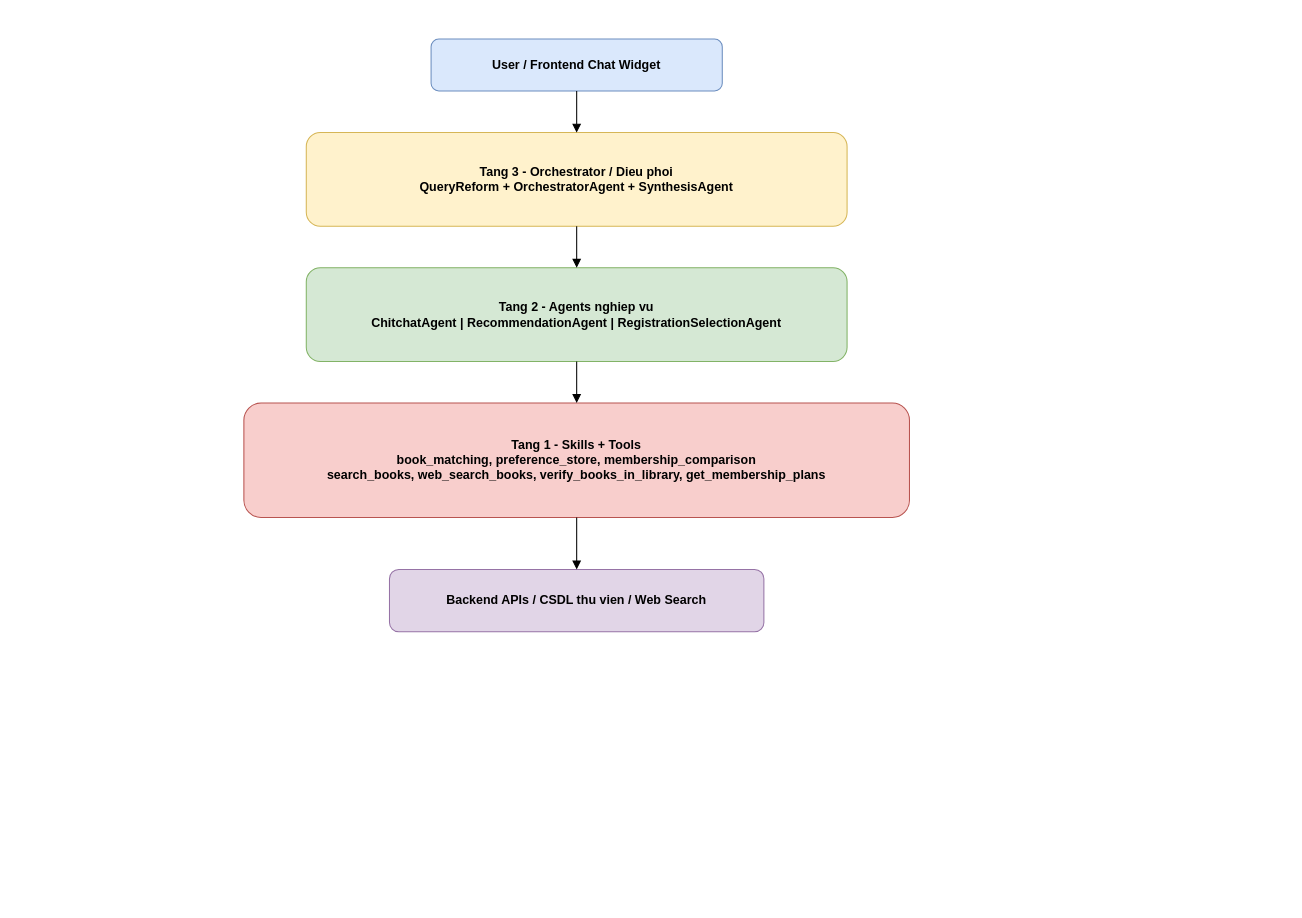
Phatjhhoq8/B2306569-NguyenTienPhat-BTLon keeps this draw.io diagram as agent/documment/Multi_Agent_Architecture_3_Layers.drawio. Above is the earlier version. Source tidied: cells renumbered, new cells numbered last; positions are measured from the earlier drawing's top-left corner, leaving out a move shared by most shapes. Both pictures are drawn from the tidied source at 104%, with x=0, y=0 at pixel (243, 38).
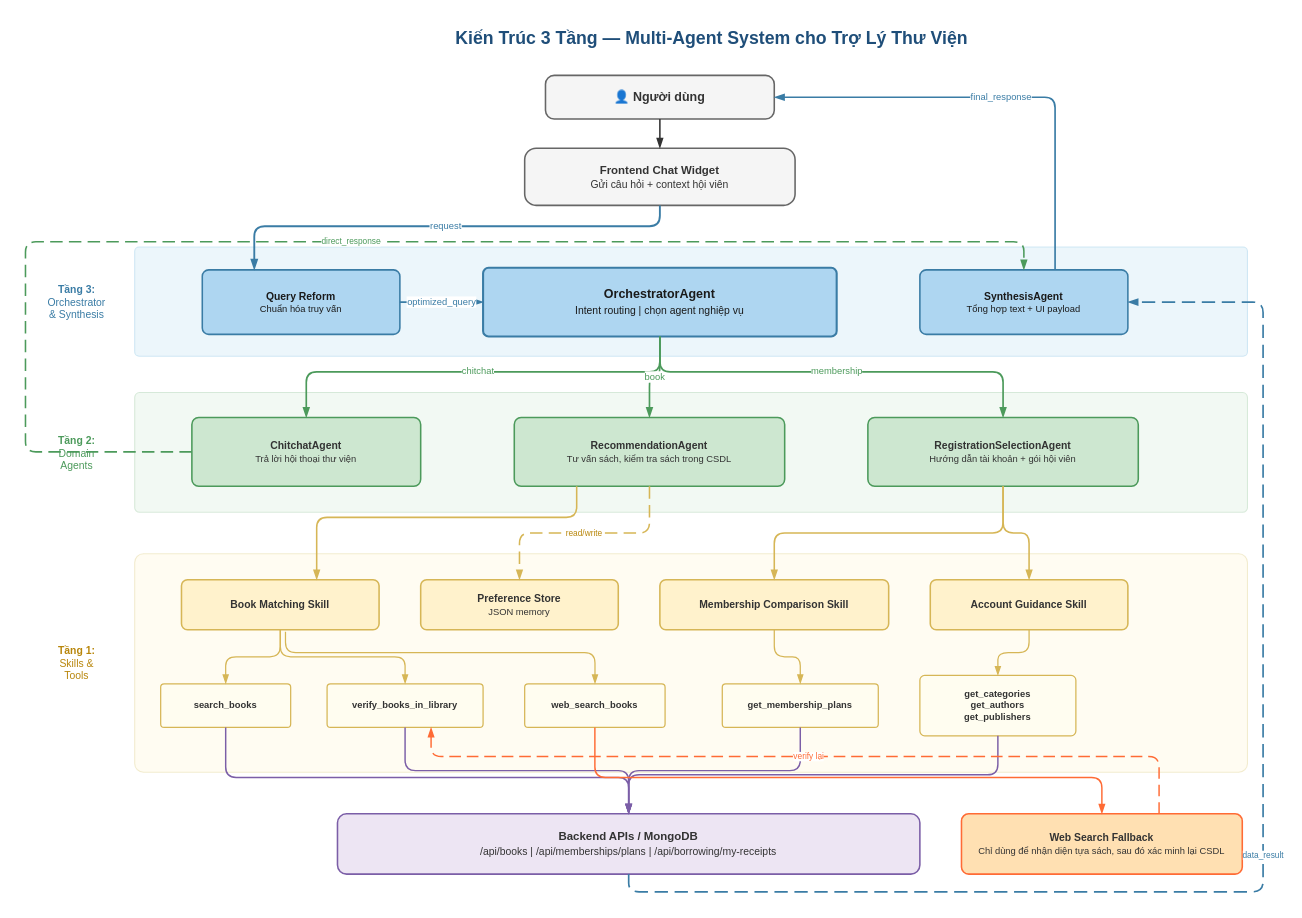
Above is the later version.

Diff of the diagram source:
```diff
@@
-    <mxCell id="2" value="User / Frontend Chat Widget" style="rounded=1;whiteSpace=wrap;html=1;fillColor=#dae8fc;strokeColor=#6c8ebf;fontStyle=1;" parent="1" vertex="1">
-      <mxGeometry x="180" width="280" height="50" as="geometry" />
-    </mxCell>
-    <mxCell id="3" value="Tang 3 - Orchestrator / Dieu phoi&#10;QueryReform + OrchestratorAgent + SynthesisAgent" style="rounded=1;whiteSpace=wrap;html=1;fillColor=#fff2cc;strokeColor=#d6b656;fontStyle=1;" parent="1" vertex="1">
-      <mxGeometry x="60" y="90" width="520" height="90" as="geometry" />
-    </mxCell>
-    <mxCell id="4" value="Tang 2 - Agents nghiep vu&#10;ChitchatAgent | RecommendationAgent | RegistrationSelectionAgent" style="rounded=1;whiteSpace=wrap;html=1;fillColor=#d5e8d4;strokeColor=#82b366;fontStyle=1;" parent="1" vertex="1">
-      <mxGeometry x="60" y="220" width="520" height="90" as="geometry" />
-    </mxCell>
-    <mxCell id="5" value="Tang 1 - Skills + Tools&#10;book_matching, preference_store, membership_comparison&#10;search_books, web_search_books, verify_books_in_library, get_membership_plans" style="rounded=1;whiteSpace=wrap;html=1;fillColor=#f8cecc;strokeColor=#b85450;fontStyle=1;" parent="1" vertex="1">
-      <mxGeometry y="350" width="640" height="110" as="geometry" />
-    </mxCell>
-    <mxCell id="6" value="Backend APIs / CSDL thu vien / Web Search" style="rounded=1;whiteSpace=wrap;html=1;fillColor=#e1d5e7;strokeColor=#9673a6;fontStyle=1;" parent="1" vertex="1">
-      <mxGeometry x="140" y="510" width="360" height="60" as="geometry" />
-    </mxCell>
-    <mxCell id="7" style="endArrow=block;html=1;rounded=0;" parent="1" edge="1" source="2" target="3">
-      <mxGeometry relative="1" as="geometry" />
-    </mxCell>
-    <mxCell id="8" style="endArrow=block;html=1;rounded=0;" parent="1" edge="1" source="3" target="4">
-      <mxGeometry relative="1" as="geometry" />
-    </mxCell>
-    <mxCell id="9" style="endArrow=block;html=1;rounded=0;" parent="1" edge="1" source="4" target="5">
-      <mxGeometry relative="1" as="geometry" />
-    </mxCell>
-    <mxCell id="10" style="endArrow=block;html=1;rounded=0;" parent="1" edge="1" source="5" target="6">
-      <mxGeometry relative="1" as="geometry" />
-    </mxCell>
+    <mxCell id="11" value="Kiến Trúc 3 Tầng — Multi-Agent System cho Trợ Lý Thư Viện" style="text;html=1;fontSize=17;fontStyle=1;fontColor=#1F4E79;align=center;verticalAlign=middle;whiteSpace=wrap;" parent="1" vertex="1">
+      <mxGeometry y="-20" width="900" height="40" as="geometry" />
+    </mxCell>
+    <mxCell id="12" value="👤 Người dùng" style="rounded=1;whiteSpace=wrap;html=1;fillColor=#F5F5F5;strokeColor=#666666;fontSize=12;fontStyle=1;fontColor=#333333;arcSize=20;strokeWidth=1.5;" parent="1" vertex="1">
+      <mxGeometry x="290" y="35" width="220" height="42" as="geometry" />
+    </mxCell>
+    <mxCell id="13" value="Frontend Chat Widget&lt;br&gt;&lt;font style=&quot;font-weight:normal;font-size:10px;&quot;&gt;Gửi câu hỏi + context hội viên&lt;/font&gt;" style="rounded=1;whiteSpace=wrap;html=1;fillColor=#F5F5F5;strokeColor=#666666;fontSize=11;fontStyle=1;fontColor=#333333;arcSize=20;strokeWidth=1.5;" parent="1" vertex="1">
+      <mxGeometry x="270" y="105" width="260" height="55" as="geometry" />
+    </mxCell>
+    <mxCell id="14" style="rounded=1;whiteSpace=wrap;html=1;fillColor=#DAEEF8;strokeColor=#A8D4EB;strokeWidth=1;arcSize=4;opacity=50;" parent="1" vertex="1">
+      <mxGeometry x="-105" y="200" width="1070" height="105" as="geometry" />
+    </mxCell>
+    <mxCell id="15" value="&lt;b&gt;Tầng 3:&lt;/b&gt;&lt;br&gt;Orchestrator&lt;br&gt;&amp; Synthesis" style="text;html=1;fontSize=10;fontColor=#3A7CA5;align=center;verticalAlign=middle;whiteSpace=wrap;" parent="1" vertex="1">
+      <mxGeometry x="-208" y="200" width="95" height="105" as="geometry" />
+    </mxCell>
+    <mxCell id="16" value="Query Reform&lt;br&gt;&lt;font style=&quot;font-weight:normal;font-size:9px;&quot;&gt;Chuẩn hóa truy vấn&lt;/font&gt;" style="rounded=1;whiteSpace=wrap;html=1;fillColor=#AED6F1;strokeColor=#3A7CA5;fontSize=10;fontStyle=1;fontColor=#1a1a1a;arcSize=10;strokeWidth=1.5;" parent="1" vertex="1">
+      <mxGeometry x="-40" y="222" width="190" height="62" as="geometry" />
+    </mxCell>
+    <mxCell id="17" value="OrchestratorAgent&lt;br&gt;&lt;font style=&quot;font-weight:normal;font-size:10px;&quot;&gt;Intent routing | chọn agent nghiệp vụ&lt;/font&gt;" style="rounded=1;whiteSpace=wrap;html=1;fillColor=#AED6F1;strokeColor=#3A7CA5;fontSize=12;fontStyle=1;fontColor=#1a1a1a;arcSize=8;strokeWidth=2;" parent="1" vertex="1">
+      <mxGeometry x="230" y="220" width="340" height="66" as="geometry" />
+    </mxCell>
+    <mxCell id="18" value="SynthesisAgent&lt;br&gt;&lt;font style=&quot;font-weight:normal;font-size:9px;&quot;&gt;Tổng hợp text + UI payload&lt;/font&gt;" style="rounded=1;whiteSpace=wrap;html=1;fillColor=#AED6F1;strokeColor=#3A7CA5;fontSize=10;fontStyle=1;fontColor=#1a1a1a;arcSize=10;strokeWidth=1.5;" parent="1" vertex="1">
+      <mxGeometry x="650" y="222" width="200" height="62" as="geometry" />
+    </mxCell>
+    <mxCell id="19" style="rounded=1;whiteSpace=wrap;html=1;fillColor=#E5F4E7;strokeColor=#B5D8BA;strokeWidth=1;arcSize=4;opacity=50;" parent="1" vertex="1">
+      <mxGeometry x="-105" y="340" width="1070" height="115" as="geometry" />
+    </mxCell>
+    <mxCell id="20" value="&lt;b&gt;Tầng 2:&lt;/b&gt;&lt;br&gt;Domain&lt;br&gt;Agents" style="text;html=1;fontSize=10;fontColor=#4C9A5B;align=center;verticalAlign=middle;whiteSpace=wrap;" parent="1" vertex="1">
+      <mxGeometry x="-208" y="340" width="95" height="115" as="geometry" />
+    </mxCell>
+    <mxCell id="21" value="ChitchatAgent&lt;br&gt;&lt;font style=&quot;font-weight:normal;font-size:9px;&quot;&gt;Trả lời hội thoại thư viện&lt;/font&gt;" style="rounded=1;whiteSpace=wrap;html=1;fillColor=#CDE7D0;strokeColor=#4C9A5B;fontSize=10;fontStyle=1;fontColor=#333333;arcSize=10;strokeWidth=1.5;" parent="1" vertex="1">
+      <mxGeometry x="-50" y="364" width="220" height="66" as="geometry" />
+    </mxCell>
+    <mxCell id="22" value="RecommendationAgent&lt;br&gt;&lt;font style=&quot;font-weight:normal;font-size:9px;&quot;&gt;Tư vấn sách, kiểm tra sách trong CSDL&lt;/font&gt;" style="rounded=1;whiteSpace=wrap;html=1;fillColor=#CDE7D0;strokeColor=#4C9A5B;fontSize=10;fontStyle=1;fontColor=#333333;arcSize=10;strokeWidth=1.5;" parent="1" vertex="1">
+      <mxGeometry x="260" y="364" width="260" height="66" as="geometry" />
+    </mxCell>
+    <mxCell id="23" value="RegistrationSelectionAgent&lt;br&gt;&lt;font style=&quot;font-weight:normal;font-size:9px;&quot;&gt;Hướng dẫn tài khoản + gói hội viên&lt;/font&gt;" style="rounded=1;whiteSpace=wrap;html=1;fillColor=#CDE7D0;strokeColor=#4C9A5B;fontSize=10;fontStyle=1;fontColor=#333333;arcSize=10;strokeWidth=1.5;" parent="1" vertex="1">
+      <mxGeometry x="600" y="364" width="260" height="66" as="geometry" />
+    </mxCell>
+    <mxCell id="24" style="rounded=1;whiteSpace=wrap;html=1;fillColor=#FFF9E6;strokeColor=#E6D9A3;strokeWidth=1;arcSize=4;opacity=50;" parent="1" vertex="1">
+      <mxGeometry x="-105" y="495" width="1070" height="210" as="geometry" />
+    </mxCell>
+    <mxCell id="25" value="&lt;b&gt;Tầng 1:&lt;/b&gt;&lt;br&gt;Skills &amp;&lt;br&gt;Tools" style="text;html=1;fontSize=10;fontColor=#B8860B;align=center;verticalAlign=middle;whiteSpace=wrap;" parent="1" vertex="1">
+      <mxGeometry x="-208" y="495" width="95" height="210" as="geometry" />
+    </mxCell>
+    <mxCell id="26" value="Book Matching Skill" style="rounded=1;whiteSpace=wrap;html=1;fillColor=#FFF2CC;strokeColor=#D6B656;fontSize=10;fontStyle=1;fontColor=#333333;arcSize=12;strokeWidth=1.5;" parent="1" vertex="1">
+      <mxGeometry x="-60" y="520" width="190" height="48" as="geometry" />
+    </mxCell>
+    <mxCell id="27" value="Preference Store&lt;br&gt;&lt;font style=&quot;font-weight:normal;font-size:9px;&quot;&gt;JSON memory&lt;/font&gt;" style="rounded=1;whiteSpace=wrap;html=1;fillColor=#FFF2CC;strokeColor=#D6B656;fontSize=10;fontStyle=1;fontColor=#333333;arcSize=12;strokeWidth=1.5;" parent="1" vertex="1">
+      <mxGeometry x="170" y="520" width="190" height="48" as="geometry" />
+    </mxCell>
+    <mxCell id="28" value="Membership Comparison Skill" style="rounded=1;whiteSpace=wrap;html=1;fillColor=#FFF2CC;strokeColor=#D6B656;fontSize=10;fontStyle=1;fontColor=#333333;arcSize=12;strokeWidth=1.5;" parent="1" vertex="1">
+      <mxGeometry x="400" y="520" width="220" height="48" as="geometry" />
+    </mxCell>
+    <mxCell id="29" value="Account Guidance Skill" style="rounded=1;whiteSpace=wrap;html=1;fillColor=#FFF2CC;strokeColor=#D6B656;fontSize=10;fontStyle=1;fontColor=#333333;arcSize=12;strokeWidth=1.5;" parent="1" vertex="1">
+      <mxGeometry x="660" y="520" width="190" height="48" as="geometry" />
+    </mxCell>
+    <mxCell id="30" value="search_books" style="rounded=1;whiteSpace=wrap;html=1;fillColor=#FFFDF0;strokeColor=#D6B656;fontSize=9;fontStyle=1;fontColor=#333333;arcSize=8;strokeWidth=1.2;" parent="1" vertex="1">
+      <mxGeometry x="-80" y="620" width="125" height="42" as="geometry" />
+    </mxCell>
+    <mxCell id="31" value="verify_books_in_library" style="rounded=1;whiteSpace=wrap;html=1;fillColor=#FFFDF0;strokeColor=#D6B656;fontSize=9;fontStyle=1;fontColor=#333333;arcSize=8;strokeWidth=1.2;" parent="1" vertex="1">
+      <mxGeometry x="80" y="620" width="150" height="42" as="geometry" />
+    </mxCell>
+    <mxCell id="32" value="web_search_books" style="rounded=1;whiteSpace=wrap;html=1;fillColor=#FFFDF0;strokeColor=#D6B656;fontSize=9;fontStyle=1;fontColor=#333333;arcSize=8;strokeWidth=1.2;" parent="1" vertex="1">
+      <mxGeometry x="270" y="620" width="135" height="42" as="geometry" />
+    </mxCell>
+    <mxCell id="33" value="get_membership_plans" style="rounded=1;whiteSpace=wrap;html=1;fillColor=#FFFDF0;strokeColor=#D6B656;fontSize=9;fontStyle=1;fontColor=#333333;arcSize=8;strokeWidth=1.2;" parent="1" vertex="1">
+      <mxGeometry x="460" y="620" width="150" height="42" as="geometry" />
+    </mxCell>
+    <mxCell id="34" value="get_categories&lt;br&gt;get_authors&lt;br&gt;get_publishers" style="rounded=1;whiteSpace=wrap;html=1;fillColor=#FFFDF0;strokeColor=#D6B656;fontSize=9;fontStyle=1;fontColor=#333333;arcSize=8;strokeWidth=1.2;" parent="1" vertex="1">
+      <mxGeometry x="650" y="612" width="150" height="58" as="geometry" />
+    </mxCell>
+    <mxCell id="35" value="Backend APIs / MongoDB&lt;br&gt;&lt;font style=&quot;font-weight:normal;font-size:10px;&quot;&gt;/api/books | /api/memberships/plans | /api/borrowing/my-receipts&lt;/font&gt;" style="rounded=1;whiteSpace=wrap;html=1;fillColor=#EDE5F3;strokeColor=#7B5EA7;fontSize=11;fontStyle=1;fontColor=#333333;arcSize=15;strokeWidth=1.5;" parent="1" vertex="1">
+      <mxGeometry x="90" y="745" width="560" height="58" as="geometry" />
+    </mxCell>
+    <mxCell id="36" value="Web Search Fallback&lt;br&gt;&lt;font style=&quot;font-weight:normal;font-size:9px;&quot;&gt;Chỉ dùng để nhận diện tựa sách, sau đó xác minh lại CSDL&lt;/font&gt;" style="rounded=1;whiteSpace=wrap;html=1;fillColor=#FFE0B2;strokeColor=#FF6B35;fontSize=10;fontStyle=1;fontColor=#333333;arcSize=12;strokeWidth=1.5;" parent="1" vertex="1">
+      <mxGeometry x="690" y="745" width="270" height="58" as="geometry" />
+    </mxCell>
+    <mxCell id="37" style="edgeStyle=orthogonalEdgeStyle;rounded=1;html=1;strokeColor=#333333;strokeWidth=1.5;endArrow=blockThin;endFill=1;" parent="1" edge="1" source="12" target="13">
+      <mxGeometry relative="1" as="geometry" />
+    </mxCell>
+    <mxCell id="38" value="request" style="edgeStyle=orthogonalEdgeStyle;rounded=1;html=1;strokeColor=#3A7CA5;strokeWidth=1.8;endArrow=blockThin;endFill=1;fontSize=9;fontColor=#3A7CA5;" parent="1" edge="1" source="13" target="16">
+      <mxGeometry relative="1" as="geometry">
+        <Array as="points">
+          <mxPoint x="400" y="180" />
+          <mxPoint x="10" y="180" />
+        </Array>
+      </mxGeometry>
+    </mxCell>
+    <mxCell id="39" value="optimized_query" style="edgeStyle=orthogonalEdgeStyle;rounded=0;html=1;strokeColor=#3A7CA5;strokeWidth=1.8;endArrow=blockThin;endFill=1;fontSize=9;fontColor=#3A7CA5;" parent="1" edge="1" source="16" target="17">
+      <mxGeometry relative="1" as="geometry" />
+    </mxCell>
+    <mxCell id="40" value="chitchat" style="edgeStyle=orthogonalEdgeStyle;rounded=1;html=1;strokeColor=#4C9A5B;strokeWidth=1.6;endArrow=blockThin;endFill=1;fontSize=9;fontColor=#4C9A5B;" parent="1" edge="1" source="17" target="21">
+      <mxGeometry relative="1" as="geometry">
+        <Array as="points">
+          <mxPoint x="400" y="320" />
+          <mxPoint x="60" y="320" />
+        </Array>
+      </mxGeometry>
+    </mxCell>
+    <mxCell id="41" value="book" style="edgeStyle=orthogonalEdgeStyle;rounded=1;html=1;strokeColor=#4C9A5B;strokeWidth=1.6;endArrow=blockThin;endFill=1;fontSize=9;fontColor=#4C9A5B;" parent="1" edge="1" source="17" target="22">
+      <mxGeometry relative="1" as="geometry" />
+    </mxCell>
+    <mxCell id="42" value="membership" style="edgeStyle=orthogonalEdgeStyle;rounded=1;html=1;strokeColor=#4C9A5B;strokeWidth=1.6;endArrow=blockThin;endFill=1;fontSize=9;fontColor=#4C9A5B;" parent="1" edge="1" source="17" target="23">
+      <mxGeometry relative="1" as="geometry">
+        <Array as="points">
+          <mxPoint x="400" y="320" />
+          <mxPoint x="730" y="320" />
+        </Array>
+      </mxGeometry>
+    </mxCell>
+    <mxCell id="43" value="direct_response" style="edgeStyle=orthogonalEdgeStyle;rounded=1;html=1;strokeColor=#4C9A5B;strokeWidth=1.5;endArrow=blockThin;endFill=1;dashed=1;dashPattern=8 4;fontSize=8;fontColor=#4C9A5B;" parent="1" edge="1" source="21" target="18">
+      <mxGeometry relative="1" as="geometry">
+        <Array as="points">
+          <mxPoint x="-210" y="397" />
+          <mxPoint x="-210" y="195" />
+          <mxPoint x="750" y="195" />
+        </Array>
+      </mxGeometry>
+    </mxCell>
+    <mxCell id="44" style="edgeStyle=orthogonalEdgeStyle;rounded=1;html=1;strokeColor=#D6B656;strokeWidth=1.5;endArrow=blockThin;endFill=1;" parent="1" edge="1" source="22" target="26">
+      <mxGeometry relative="1" as="geometry">
+        <Array as="points">
+          <mxPoint x="320" y="460" />
+          <mxPoint x="70" y="460" />
+        </Array>
+      </mxGeometry>
+    </mxCell>
+    <mxCell id="45" value="read/write" style="edgeStyle=orthogonalEdgeStyle;rounded=1;html=1;strokeColor=#D6B656;strokeWidth=1.5;endArrow=blockThin;endFill=1;dashed=1;dashPattern=8 4;fontSize=8;fontColor=#B8860B;" parent="1" edge="1" source="22" target="27">
+      <mxGeometry relative="1" as="geometry" />
+    </mxCell>
+    <mxCell id="46" style="edgeStyle=orthogonalEdgeStyle;rounded=1;html=1;strokeColor=#D6B656;strokeWidth=1.5;endArrow=blockThin;endFill=1;" parent="1" edge="1" source="23" target="28">
+      <mxGeometry relative="1" as="geometry" />
+    </mxCell>
+    <mxCell id="47" style="edgeStyle=orthogonalEdgeStyle;rounded=1;html=1;strokeColor=#D6B656;strokeWidth=1.5;endArrow=blockThin;endFill=1;" parent="1" edge="1" source="23" target="29">
+      <mxGeometry relative="1" as="geometry" />
+    </mxCell>
+    <mxCell id="48" style="edgeStyle=orthogonalEdgeStyle;rounded=1;html=1;strokeColor=#D6B656;strokeWidth=1.2;endArrow=blockThin;endFill=1;" parent="1" edge="1" source="26" target="30">
+      <mxGeometry relative="1" as="geometry" />
+    </mxCell>
+    <mxCell id="49" style="edgeStyle=orthogonalEdgeStyle;rounded=1;html=1;strokeColor=#D6B656;strokeWidth=1.2;endArrow=blockThin;endFill=1;" parent="1" edge="1" source="26" target="31">
+      <mxGeometry relative="1" as="geometry" />
+    </mxCell>
+    <mxCell id="50" style="edgeStyle=orthogonalEdgeStyle;rounded=1;html=1;strokeColor=#D6B656;strokeWidth=1.2;endArrow=blockThin;endFill=1;" parent="1" edge="1" source="28" target="33">
+      <mxGeometry relative="1" as="geometry" />
+    </mxCell>
+    <mxCell id="51" style="edgeStyle=orthogonalEdgeStyle;rounded=1;html=1;strokeColor=#D6B656;strokeWidth=1.2;endArrow=blockThin;endFill=1;" parent="1" edge="1" source="29" target="34">
+      <mxGeometry relative="1" as="geometry" />
+    </mxCell>
+    <mxCell id="52" style="edgeStyle=orthogonalEdgeStyle;rounded=1;html=1;strokeColor=#7B5EA7;strokeWidth=1.4;endArrow=blockThin;endFill=1;" parent="1" edge="1" source="30" target="35">
+      <mxGeometry relative="1" as="geometry">
+        <Array as="points">
+          <mxPoint x="-17.4" y="710" />
+          <mxPoint x="370" y="710" />
+        </Array>
+      </mxGeometry>
+    </mxCell>
+    <mxCell id="53" style="edgeStyle=orthogonalEdgeStyle;rounded=1;html=1;strokeColor=#7B5EA7;strokeWidth=1.4;endArrow=blockThin;endFill=1;" parent="1" edge="1" source="31" target="35">
+      <mxGeometry relative="1" as="geometry" />
+    </mxCell>
+    <mxCell id="54" style="edgeStyle=orthogonalEdgeStyle;rounded=1;html=1;strokeColor=#7B5EA7;strokeWidth=1.4;endArrow=blockThin;endFill=1;" parent="1" edge="1" source="33" target="35">
+      <mxGeometry relative="1" as="geometry" />
+    </mxCell>
+    <mxCell id="55" style="edgeStyle=orthogonalEdgeStyle;rounded=1;html=1;strokeColor=#7B5EA7;strokeWidth=1.4;endArrow=blockThin;endFill=1;" parent="1" edge="1" source="34" target="35">
+      <mxGeometry relative="1" as="geometry" />
+    </mxCell>
+    <mxCell id="56" style="edgeStyle=orthogonalEdgeStyle;rounded=1;html=1;strokeColor=#FF6B35;strokeWidth=1.4;endArrow=blockThin;endFill=1;" parent="1" edge="1" source="32" target="36">
+      <mxGeometry relative="1" as="geometry">
+        <Array as="points">
+          <mxPoint x="337.6" y="710" />
+          <mxPoint x="825" y="710" />
+        </Array>
+      </mxGeometry>
+    </mxCell>
+    <mxCell id="57" value="verify lại" style="edgeStyle=orthogonalEdgeStyle;rounded=1;html=1;strokeColor=#FF6B35;strokeWidth=1.4;endArrow=blockThin;endFill=1;dashed=1;dashPattern=8 4;fontSize=8;fontColor=#FF6B35;" parent="1" edge="1" source="36" target="31">
+      <mxGeometry relative="1" as="geometry">
+        <Array as="points">
+          <mxPoint x="880" y="690" />
+          <mxPoint x="180" y="690" />
+        </Array>
+      </mxGeometry>
+    </mxCell>
+    <mxCell id="58" value="data_result" style="edgeStyle=orthogonalEdgeStyle;rounded=1;html=1;strokeColor=#3A7CA5;strokeWidth=1.6;endArrow=blockThin;endFill=1;dashed=1;dashPattern=8 4;fontSize=8;fontColor=#3A7CA5;" parent="1" edge="1" source="35" target="18">
+      <mxGeometry relative="1" as="geometry">
+        <Array as="points">
+          <mxPoint x="370" y="820" />
+          <mxPoint x="980" y="820" />
+          <mxPoint x="980" y="253" />
+        </Array>
+      </mxGeometry>
+    </mxCell>
+    <mxCell id="59" value="final_response" style="edgeStyle=orthogonalEdgeStyle;rounded=1;html=1;strokeColor=#3A7CA5;strokeWidth=1.6;endArrow=blockThin;endFill=1;fontSize=9;fontColor=#3A7CA5;entryX=1;entryY=0.5;entryDx=0;entryDy=0;" parent="1" edge="1" source="18" target="12">
+      <mxGeometry relative="1" as="geometry">
+        <Array as="points">
+          <mxPoint x="780" y="56" />
+        </Array>
+      </mxGeometry>
+    </mxCell>
+    <mxCell id="60" style="edgeStyle=orthogonalEdgeStyle;rounded=1;html=1;strokeColor=#D6B656;strokeWidth=1.2;endArrow=blockThin;endFill=1;" parent="1" edge="1" target="32">
+      <mxGeometry relative="1" as="geometry">
+        <mxPoint x="40" y="570" as="sourcePoint" />
+        <Array as="points">
+          <mxPoint x="40" y="590" />
+          <mxPoint x="337.6" y="590" />
+        </Array>
+      </mxGeometry>
+    </mxCell>
```
